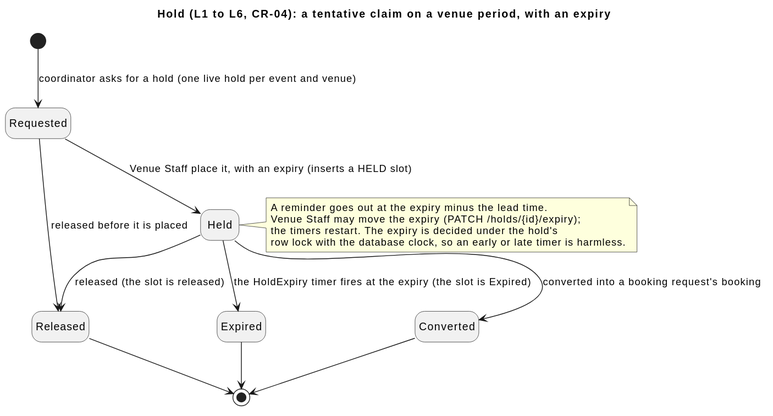
Before: documentation/architecture/images/hold-states.svg, a diagram exported from PlantUML (raphaelkwek/event-planning-and-venue-booking-system). The source it was exported from:
```plantuml
@startuml
title Hold (L1 to L6, CR-04): a tentative claim on a venue period, with an expiry
hide empty description
skinparam shadowing false

state "Requested" as REQUESTED
state "Held" as HELD
state "Converted" as CONVERTED
state "Released" as RELEASED
state "Expired" as EXPIRED

[*] --> REQUESTED : coordinator asks for a hold (one live hold per event and venue)
REQUESTED --> HELD : Venue Staff place it, with an expiry (inserts a HELD slot)
REQUESTED --> RELEASED : released before it is placed
HELD --> CONVERTED : converted into a booking request's booking
HELD --> RELEASED : released (the slot is released)
HELD --> EXPIRED : the HoldExpiry timer fires at the expiry (the slot is Expired)
CONVERTED --> [*]
RELEASED --> [*]
EXPIRED --> [*]

note right of HELD
  A reminder goes out at the expiry minus the lead time.
  Venue Staff may move the expiry (PATCH /holds/{id}/expiry);
  the timers restart. The expiry is decided under the hold's
  row lock with the database clock, so an early or late timer is harmless.
end note
@enduml
```
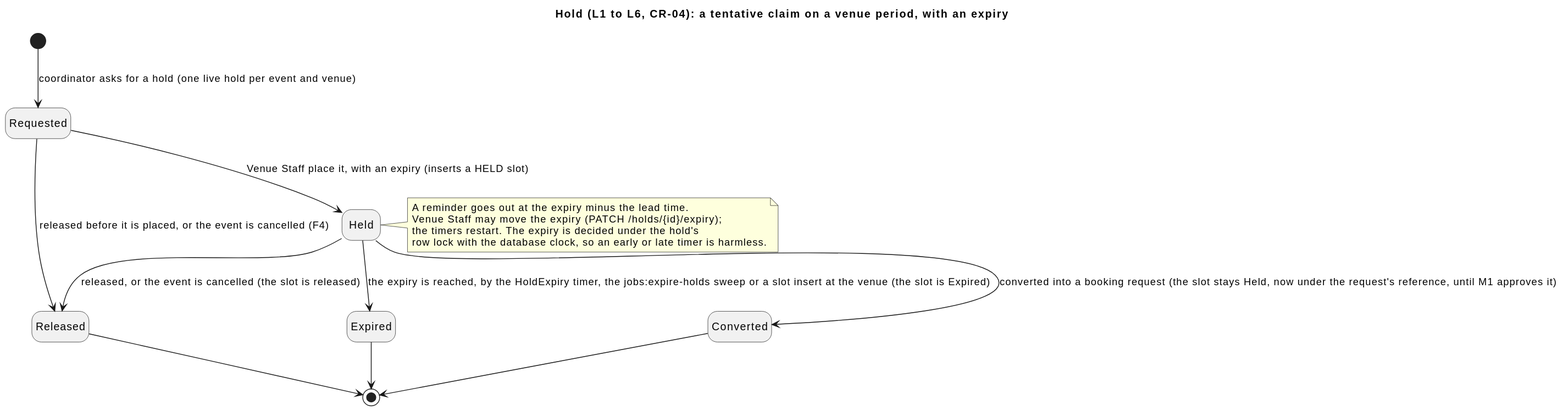
The same diagram one commit later.

Commit message:
docs(diagrams): commit the re-rendered booking, hold and registration state diagrams

The edit, as a diff of the source:
```diff
@@ -11,10 +11,10 @@
 
 [*] --> REQUESTED : coordinator asks for a hold (one live hold per event and venue)
 REQUESTED --> HELD : Venue Staff place it, with an expiry (inserts a HELD slot)
-REQUESTED --> RELEASED : released before it is placed
-HELD --> CONVERTED : converted into a booking request's booking
-HELD --> RELEASED : released (the slot is released)
-HELD --> EXPIRED : the HoldExpiry timer fires at the expiry (the slot is Expired)
+REQUESTED --> RELEASED : released before it is placed, or the event is cancelled (F4)
+HELD --> CONVERTED : converted into a booking request (the slot stays Held, now under the request's reference, until M1 approves it)
+HELD --> RELEASED : released, or the event is cancelled (the slot is released)
+HELD --> EXPIRED : the expiry is reached, by the HoldExpiry timer, the jobs:expire-holds sweep or a slot insert at the venue (the slot is Expired)
 CONVERTED --> [*]
 RELEASED --> [*]
 EXPIRED --> [*]
```
